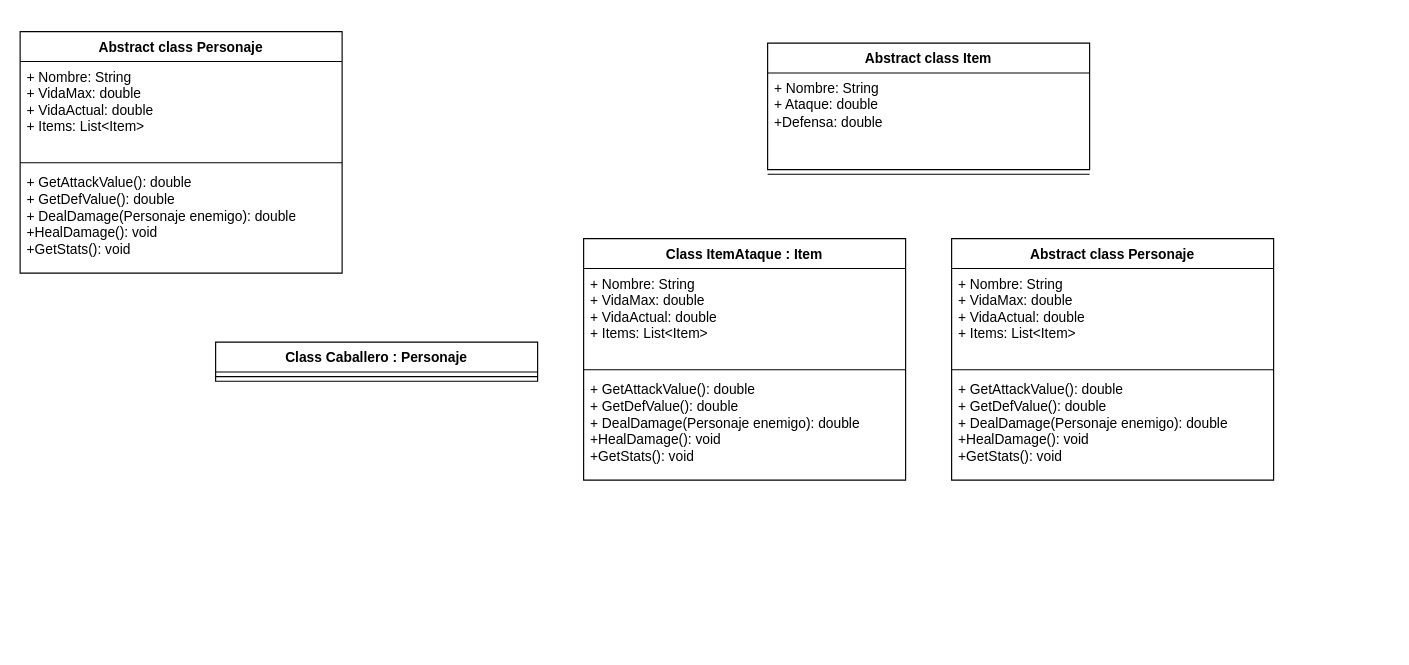
Before: src/Library/UML_RolePlaypt1.drawio in MauricioSS215/PII_RoleplayGame_1_Start, a draw.io diagram. Source tidied: cells renumbered, new cells numbered last; positions are measured from the earlier drawing's top-left corner, leaving out a move shared by most shapes. Both pictures are drawn from the tidied source at 115%, with x=0, y=0 at pixel (20, 31).
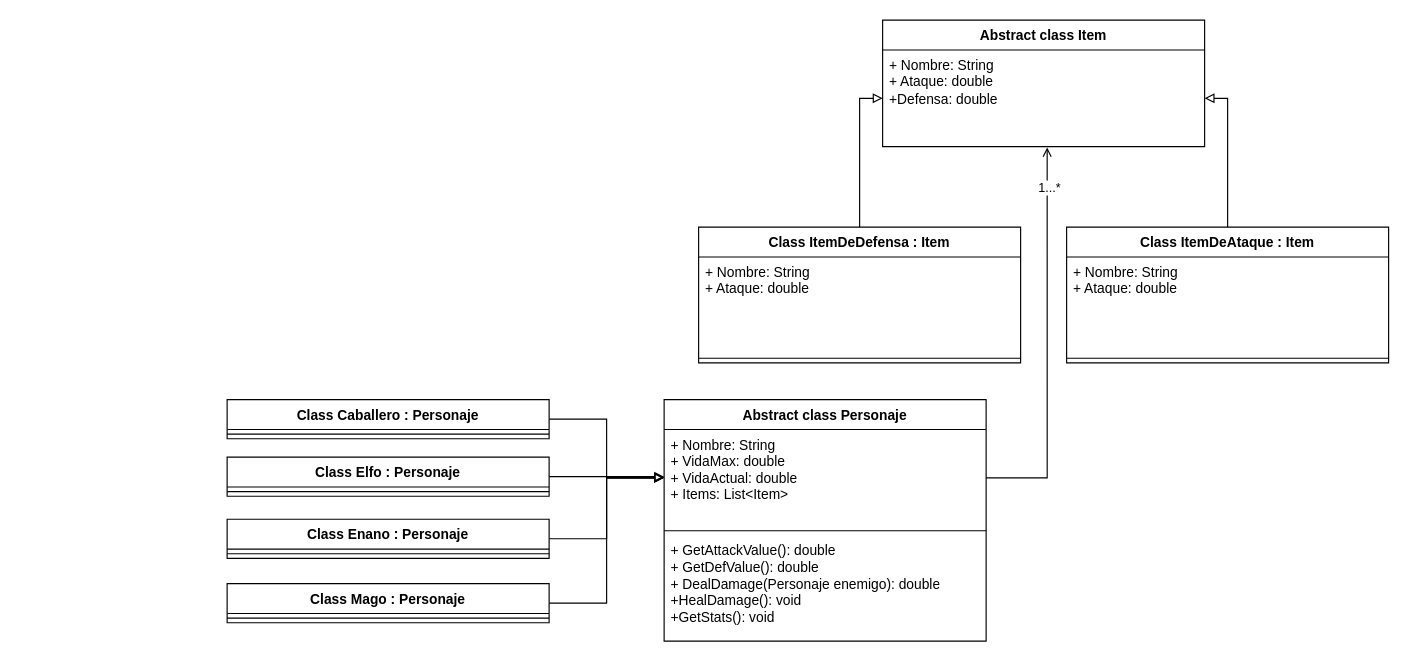
The same page after the edit.

Commit message:
Version final o provisoria del UML con flechas, falta representar algunas clases.

Unchanged cells that the change refers to:
```xml
<mxCell id="3" value="+ Nombre: String&lt;br&gt;+ VidaMax: double&lt;br&gt;+ VidaActual: double&lt;br&gt;+ Items: List&amp;lt;Item&amp;gt;&lt;br&gt;&lt;br&gt;&amp;nbsp;" style="text;strokeColor=none;fillColor=none;align=left;verticalAlign=top;spacingLeft=4;spacingRight=4;overflow=hidden;points=[[0,0.5],[1,0.5]];portConstraint=eastwest;whiteSpace=wrap;html=1;" parent="2" vertex="1">
  <mxGeometry y="26" width="280" height="84" as="geometry" />
</mxCell>
<mxCell id="7" value="+ Nombre: String&lt;br&gt;+ Ataque: double&lt;br&gt;+Defensa: double&lt;br&gt;&lt;br&gt;&amp;nbsp;" style="text;strokeColor=none;fillColor=none;align=left;verticalAlign=top;spacingLeft=4;spacingRight=4;overflow=hidden;points=[[0,0.5],[1,0.5]];portConstraint=eastwest;whiteSpace=wrap;html=1;" parent="6" vertex="1">
  <mxGeometry y="26" width="280" height="84" as="geometry" />
</mxCell>
```

Change to the diagram source:
```diff
@@
     <mxCell id="2" value="Abstract class Personaje" style="swimlane;fontStyle=1;align=center;verticalAlign=top;horizontal=1;startSize=26;whiteSpace=wrap;html=1;" parent="1" vertex="1">
-      <mxGeometry width="280" height="210" as="geometry" />
+      <mxGeometry x="560" y="320" width="280" height="210" as="geometry" />
     </mxCell>
@@
     <mxCell id="6" value="Abstract class Item" style="swimlane;fontStyle=1;align=center;verticalAlign=top;horizontal=1;startSize=26;whiteSpace=wrap;html=1;" parent="1" vertex="1">
-      <mxGeometry x="650" y="10" width="280" height="110" as="geometry" />
+      <mxGeometry x="750" y="-10" width="280" height="110" as="geometry" />
     </mxCell>
@@
+    <mxCell id="19" style="edgeStyle=orthogonalEdgeStyle;rounded=0;jettySize=auto;html=1;exitX=0.5;exitY=0;exitDx=0;exitDy=0;entryX=1;entryY=0.5;entryDx=0;entryDy=0;endArrow=block;endFill=0;" parent="1" edge="1" source="8" target="7">
+      <mxGeometry relative="1" as="geometry" />
+    </mxCell>
-    <mxCell id="8" value="Class ItemAtaque : Item" style="swimlane;fontStyle=1;align=center;verticalAlign=top;horizontal=1;startSize=26;whiteSpace=wrap;html=1;" parent="1" vertex="1">
-      <mxGeometry x="490" y="180" width="280" height="210" as="geometry" />
+    <mxCell id="8" value="Class ItemDeAtaque : Item" style="swimlane;fontStyle=1;align=center;verticalAlign=top;horizontal=1;startSize=26;whiteSpace=wrap;html=1;" parent="1" vertex="1">
+      <mxGeometry x="910" y="170" width="280" height="118" as="geometry" />
     </mxCell>
-    <mxCell id="9" value="+ Nombre: String&lt;br&gt;+ VidaMax: double&lt;br&gt;+ VidaActual: double&lt;br&gt;+ Items: List&amp;lt;Item&amp;gt;&lt;br&gt;&lt;br&gt;&amp;nbsp;" style="text;strokeColor=none;fillColor=none;align=left;verticalAlign=top;spacingLeft=4;spacingRight=4;overflow=hidden;whiteSpace=wrap;html=1;" parent="8" vertex="1">
+    <mxCell id="9" value="+ Nombre: String&lt;br&gt;+ Ataque: double&lt;br&gt;&lt;br&gt;&amp;nbsp;" style="text;strokeColor=none;fillColor=none;align=left;verticalAlign=top;spacingLeft=4;spacingRight=4;overflow=hidden;whiteSpace=wrap;html=1;" parent="8" vertex="1">
       <mxGeometry y="26" width="280" height="84" as="geometry" />
     </mxCell>
@@
-    <mxCell id="11" value="+ GetAttackValue(): double&lt;br&gt;+ GetDefValue(): double&lt;br&gt;+ DealDamage(Personaje enemigo): double&lt;br&gt;+HealDamage(): void&lt;br&gt;+GetStats(): void" style="text;strokeColor=none;fillColor=none;align=left;verticalAlign=top;spacingLeft=4;spacingRight=4;overflow=hidden;whiteSpace=wrap;html=1;" parent="8" vertex="1">
-      <mxGeometry y="118" width="280" height="92" as="geometry" />
-    </mxCell>
-    <mxCell id="12" value="Abstract class Personaje" style="swimlane;fontStyle=1;align=center;verticalAlign=top;horizontal=1;startSize=26;whiteSpace=wrap;html=1;" parent="1" vertex="1">
-      <mxGeometry x="810" y="180" width="280" height="210" as="geometry" />
-    </mxCell>
-    <mxCell id="13" value="+ Nombre: String&lt;br&gt;+ VidaMax: double&lt;br&gt;+ VidaActual: double&lt;br&gt;+ Items: List&amp;lt;Item&amp;gt;&lt;br&gt;&lt;br&gt;&amp;nbsp;" style="text;strokeColor=none;fillColor=none;align=left;verticalAlign=top;spacingLeft=4;spacingRight=4;overflow=hidden;whiteSpace=wrap;html=1;" parent="12" vertex="1">
-      <mxGeometry y="26" width="280" height="84" as="geometry" />
-    </mxCell>
-    <mxCell id="14" style="line;strokeWidth=1;fillColor=none;align=left;verticalAlign=middle;spacingTop=-1;spacingLeft=3;spacingRight=3;labelPosition=right;strokeColor=inherit;" parent="12" vertex="1">
-      <mxGeometry y="110" width="280" height="8" as="geometry" />
-    </mxCell>
-    <mxCell id="15" value="+ GetAttackValue(): double&lt;br&gt;+ GetDefValue(): double&lt;br&gt;+ DealDamage(Personaje enemigo): double&lt;br&gt;+HealDamage(): void&lt;br&gt;+GetStats(): void" style="text;strokeColor=none;fillColor=none;align=left;verticalAlign=top;spacingLeft=4;spacingRight=4;overflow=hidden;whiteSpace=wrap;html=1;" parent="12" vertex="1">
-      <mxGeometry y="118" width="280" height="92" as="geometry" />
-    </mxCell>
-    <mxCell id="16" style="line;strokeWidth=1;fillColor=none;align=left;verticalAlign=middle;spacingTop=-1;spacingLeft=3;spacingRight=3;labelPosition=right;strokeColor=inherit;" parent="1" vertex="1">
-      <mxGeometry x="650" y="120" width="280" height="8" as="geometry" />
-    </mxCell>
+    <mxCell id="20" style="edgeStyle=orthogonalEdgeStyle;rounded=0;jettySize=auto;html=1;exitX=1;exitY=0.5;exitDx=0;exitDy=0;entryX=0;entryY=0.5;entryDx=0;entryDy=0;endArrow=block;endFill=0;" parent="1" edge="1" source="17" target="3">
+      <mxGeometry relative="1" as="geometry" />
+    </mxCell>
     <mxCell id="17" value="Class Caballero : Personaje" style="swimlane;fontStyle=1;align=center;verticalAlign=top;horizontal=1;startSize=26;whiteSpace=wrap;html=1;" parent="1" vertex="1">
-      <mxGeometry x="170" y="270" width="280" height="34" as="geometry" />
+      <mxGeometry x="180" y="320" width="280" height="34" as="geometry" />
     </mxCell>
@@
+    <mxCell id="21" style="edgeStyle=orthogonalEdgeStyle;rounded=0;jettySize=auto;html=1;exitX=1;exitY=0.5;exitDx=0;exitDy=0;entryX=0;entryY=0.5;entryDx=0;entryDy=0;endArrow=block;endFill=0;" parent="1" edge="1" source="22" target="3">
+      <mxGeometry relative="1" as="geometry" />
+    </mxCell>
+    <mxCell id="22" value="Class Enano : Personaje" style="swimlane;fontStyle=1;align=center;verticalAlign=top;horizontal=1;startSize=26;whiteSpace=wrap;html=1;" parent="1" vertex="1">
+      <mxGeometry x="180" y="424" width="280" height="34" as="geometry" />
+    </mxCell>
+    <mxCell id="23" style="line;strokeWidth=1;fillColor=none;align=left;verticalAlign=middle;spacingTop=-1;spacingLeft=3;spacingRight=3;labelPosition=right;strokeColor=inherit;" parent="22" vertex="1">
+      <mxGeometry y="26" width="280" height="8" as="geometry" />
+    </mxCell>
+    <mxCell id="24" style="edgeStyle=orthogonalEdgeStyle;rounded=0;jettySize=auto;html=1;exitX=0.5;exitY=0;exitDx=0;exitDy=0;entryX=0;entryY=0.5;entryDx=0;entryDy=0;endArrow=block;endFill=0;" parent="1" edge="1" source="25" target="7">
+      <mxGeometry relative="1" as="geometry" />
+    </mxCell>
+    <mxCell id="25" value="Class ItemDeDefensa : Item" style="swimlane;fontStyle=1;align=center;verticalAlign=top;horizontal=1;startSize=26;whiteSpace=wrap;html=1;" parent="1" vertex="1">
+      <mxGeometry x="590" y="170" width="280" height="118" as="geometry" />
+    </mxCell>
+    <mxCell id="26" value="+ Nombre: String&lt;br&gt;+ Ataque: double&lt;br&gt;&lt;br&gt;&amp;nbsp;" style="text;strokeColor=none;fillColor=none;align=left;verticalAlign=top;spacingLeft=4;spacingRight=4;overflow=hidden;whiteSpace=wrap;html=1;" parent="25" vertex="1">
+      <mxGeometry y="26" width="280" height="84" as="geometry" />
+    </mxCell>
+    <mxCell id="14" style="line;strokeWidth=1;fillColor=none;align=left;verticalAlign=middle;spacingTop=-1;spacingLeft=3;spacingRight=3;labelPosition=right;strokeColor=inherit;" parent="25" vertex="1">
+      <mxGeometry y="110" width="280" height="8" as="geometry" />
+    </mxCell>
+    <mxCell id="27" style="edgeStyle=orthogonalEdgeStyle;rounded=0;jettySize=auto;html=1;exitX=1;exitY=0.5;exitDx=0;exitDy=0;endArrow=block;endFill=0;" parent="1" edge="1" source="28">
+      <mxGeometry relative="1" as="geometry">
+        <mxPoint x="560" y="387" as="targetPoint" />
+      </mxGeometry>
+    </mxCell>
+    <mxCell id="28" value="Class Elfo : Personaje" style="swimlane;fontStyle=1;align=center;verticalAlign=top;horizontal=1;startSize=26;whiteSpace=wrap;html=1;" parent="1" vertex="1">
+      <mxGeometry x="180" y="370" width="280" height="34" as="geometry" />
+    </mxCell>
+    <mxCell id="29" style="line;strokeWidth=1;fillColor=none;align=left;verticalAlign=middle;spacingTop=-1;spacingLeft=3;spacingRight=3;labelPosition=right;strokeColor=inherit;" parent="28" vertex="1">
+      <mxGeometry y="26" width="280" height="8" as="geometry" />
+    </mxCell>
+    <mxCell id="30" style="edgeStyle=orthogonalEdgeStyle;rounded=0;jettySize=auto;html=1;exitX=1;exitY=0.5;exitDx=0;exitDy=0;entryX=0;entryY=0.5;entryDx=0;entryDy=0;endArrow=block;endFill=0;" parent="1" edge="1" source="31" target="3">
+      <mxGeometry relative="1" as="geometry" />
+    </mxCell>
+    <mxCell id="31" value="Class Mago : Personaje" style="swimlane;fontStyle=1;align=center;verticalAlign=top;horizontal=1;startSize=26;whiteSpace=wrap;html=1;" parent="1" vertex="1">
+      <mxGeometry x="180" y="480" width="280" height="34" as="geometry" />
+    </mxCell>
+    <mxCell id="32" style="line;strokeWidth=1;fillColor=none;align=left;verticalAlign=middle;spacingTop=-1;spacingLeft=3;spacingRight=3;labelPosition=right;strokeColor=inherit;" parent="31" vertex="1">
+      <mxGeometry y="26" width="280" height="8" as="geometry" />
+    </mxCell>
+    <mxCell id="33" style="edgeStyle=orthogonalEdgeStyle;rounded=0;jettySize=auto;html=1;exitX=1;exitY=0.5;exitDx=0;exitDy=0;entryX=0.511;entryY=1.009;entryDx=0;entryDy=0;entryPerimeter=0;endArrow=open;endFill=0;" parent="1" edge="1" source="3" target="7">
+      <mxGeometry relative="1" as="geometry" />
+    </mxCell>
+    <mxCell id="34" value="1...*" style="edgeLabel;html=1;align=center;verticalAlign=middle;" parent="33" vertex="1">
+      <mxGeometry x="0.8" y="-1" relative="1" as="geometry" />
+    </mxCell>
```
